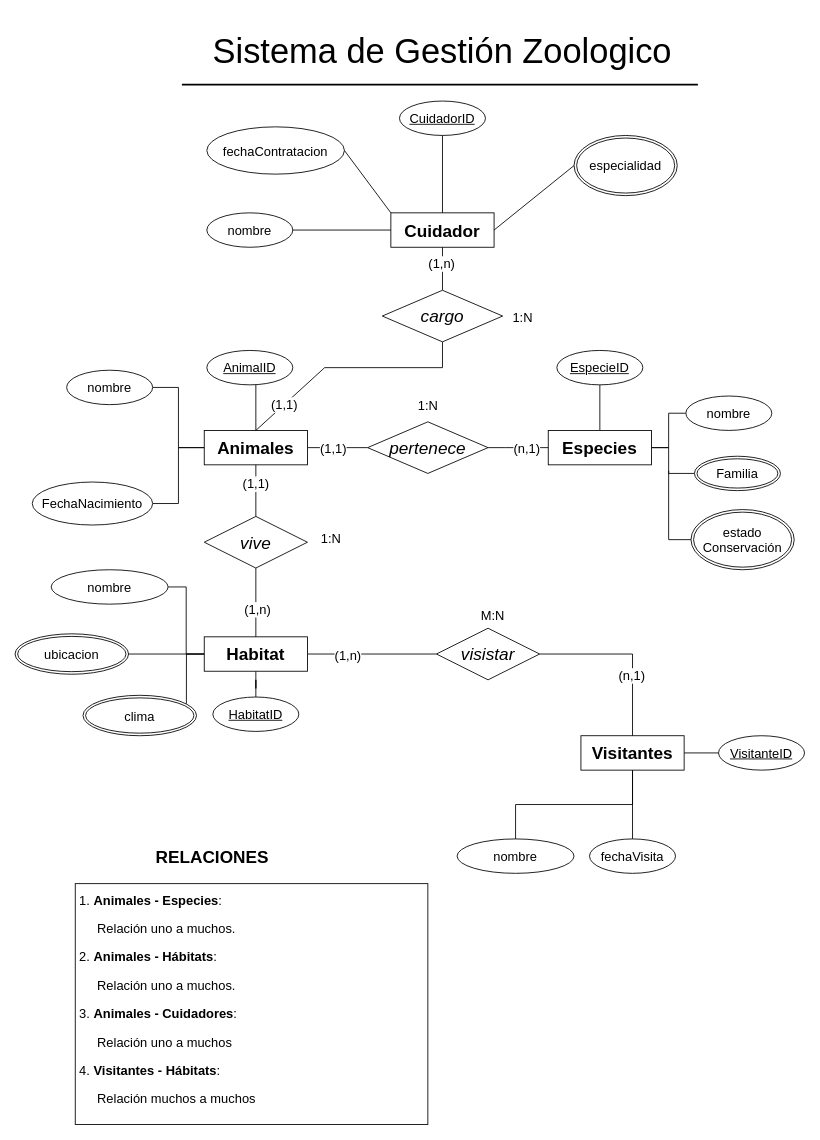
The draw.io diagram models/ERD/ERD-Zoologico.drawio in atlasjose/BDI-GB-ZOO, before the edit. Source tidied: cells renumbered, new cells numbered last; positions are measured from the earlier drawing's top-left corner, leaving out a move shared by most shapes. Both pictures are drawn from the tidied source at 86%, with x=0, y=0 at pixel (15, 15).
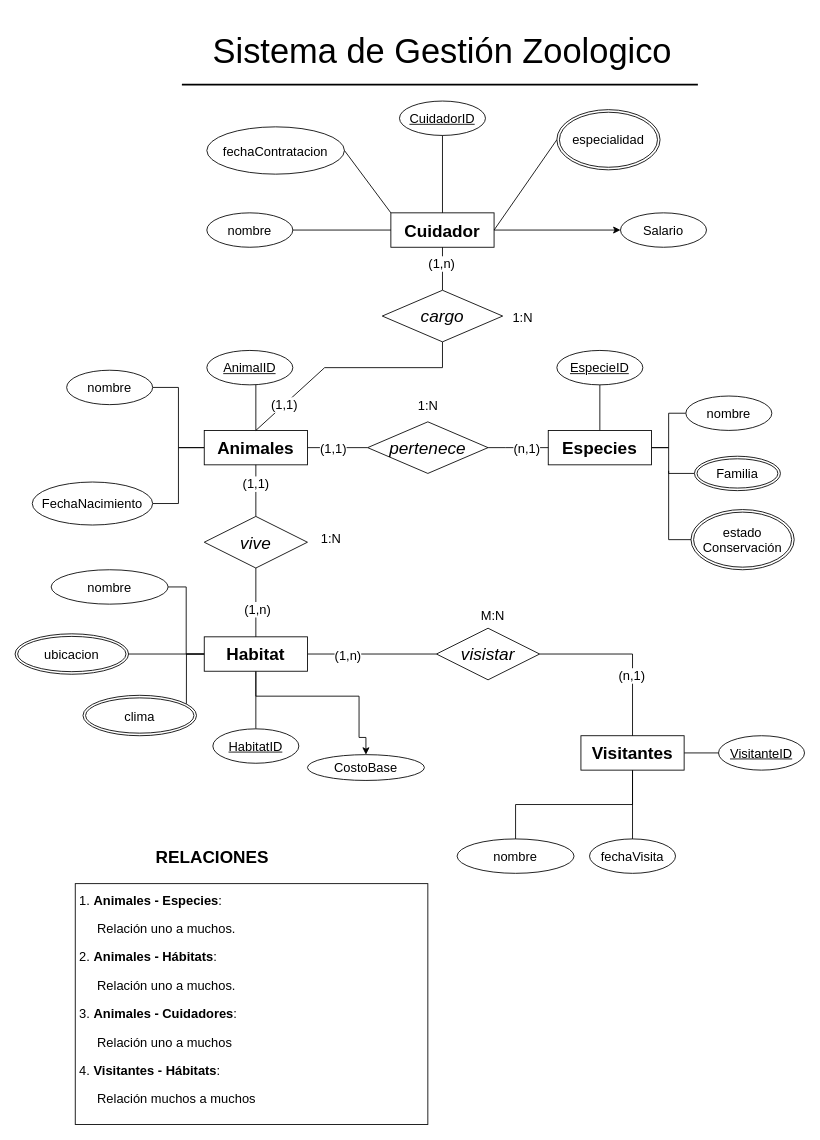
The same diagram, later.

The change refers to these unchanged cells:
```xml
<mxCell id="38" value="Habitat" style="whiteSpace=wrap;html=1;align=center;fontSize=20;fontStyle=1;" parent="1" vertex="1">
  <mxGeometry x="220" y="723" width="120" height="40" as="geometry" />
</mxCell>
<mxCell id="57" value="Cuidador" style="whiteSpace=wrap;html=1;align=center;fontSize=20;fontStyle=1;" parent="1" vertex="1">
  <mxGeometry x="437" y="230" width="120" height="40" as="geometry" />
</mxCell>
```

The edit, as a diff of the source:
```diff
@@
+    <mxCell id="72" style="edgeStyle=orthogonalEdgeStyle;rounded=0;jettySize=auto;html=1;entryX=0.5;entryY=0;entryDx=0;entryDy=0;" parent="1" edge="1" source="38" target="75">
+      <mxGeometry relative="1" as="geometry">
+        <Array as="points">
+          <mxPoint x="280" y="792" />
+          <mxPoint x="400" y="792" />
+          <mxPoint x="400" y="840" />
+          <mxPoint x="408" y="840" />
+        </Array>
+      </mxGeometry>
+    </mxCell>
@@
     <mxCell id="39" value="HabitatID" style="ellipse;whiteSpace=wrap;html=1;align=center;fontStyle=4;fontSize=15;" parent="1" vertex="1">
-      <mxGeometry x="230" y="793" width="100" height="40" as="geometry" />
+      <mxGeometry x="230" y="830" width="100" height="40" as="geometry" />
     </mxCell>
@@
+    <mxCell id="73" style="edgeStyle=orthogonalEdgeStyle;rounded=0;jettySize=auto;html=1;entryX=0;entryY=0.5;entryDx=0;entryDy=0;" parent="1" edge="1" source="57" target="74">
+      <mxGeometry relative="1" as="geometry" />
+    </mxCell>
@@
     <mxCell id="66" value="especialidad" style="ellipse;shape=doubleEllipse;margin=3;whiteSpace=wrap;html=1;align=center;fontSize=15;" parent="1" vertex="1">
-      <mxGeometry x="650" y="140" width="120" height="70" as="geometry" />
+      <mxGeometry x="630" y="110" width="120" height="70" as="geometry" />
     </mxCell>
@@
+    <mxCell id="74" value="Salario" style="ellipse;whiteSpace=wrap;html=1;align=center;fontSize=15;" parent="1" vertex="1">
+      <mxGeometry x="704" y="230" width="100" height="40" as="geometry" />
+    </mxCell>
+    <mxCell id="75" value="CostoBase" style="ellipse;whiteSpace=wrap;html=1;align=center;fontSize=15;" parent="1" vertex="1">
+      <mxGeometry x="340" y="860" width="136" height="30" as="geometry" />
+    </mxCell>
```
